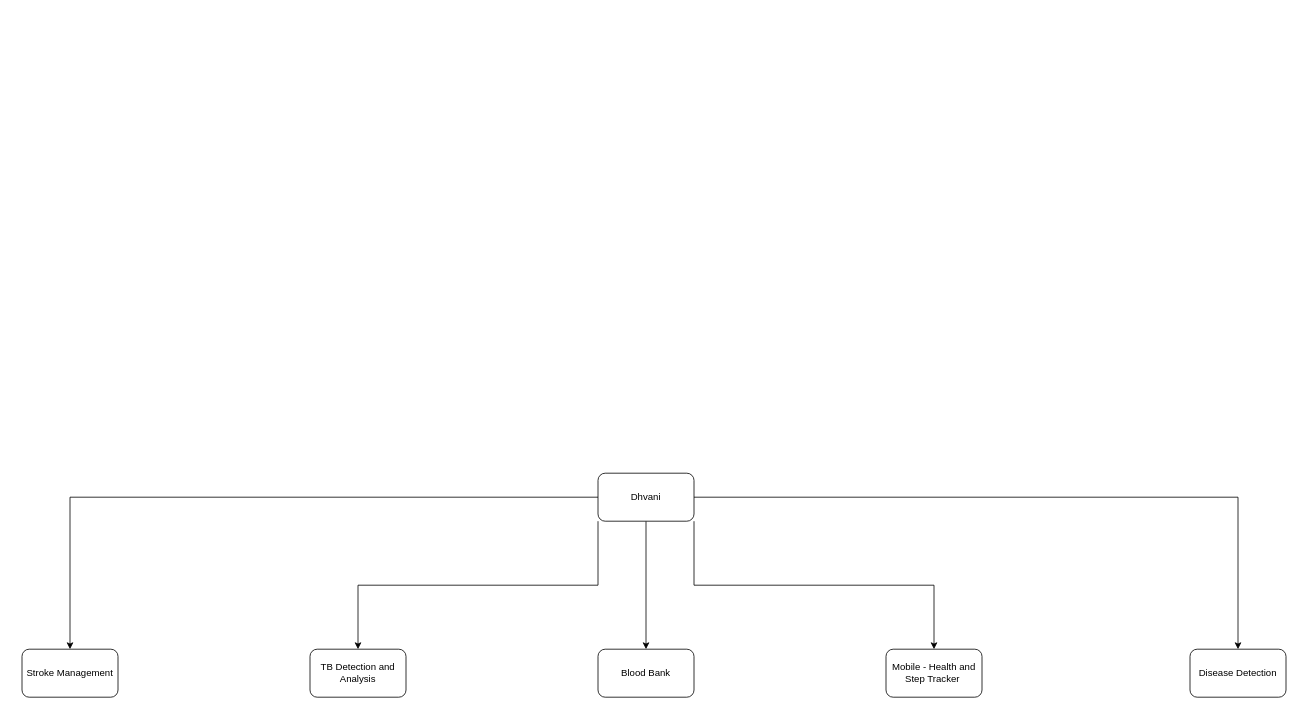
This is Dhavani.drawio from MishraShardendu22-CP/Draw.io-ShardenduMishra, a draw.io file, before an edit. Source tidied: cells renumbered, new cells numbered last; positions are measured from the earlier drawing's top-left corner, leaving out a move shared by most shapes. Both pictures are drawn from the tidied source at 80%, with x=0, y=0 at pixel (22, 473).
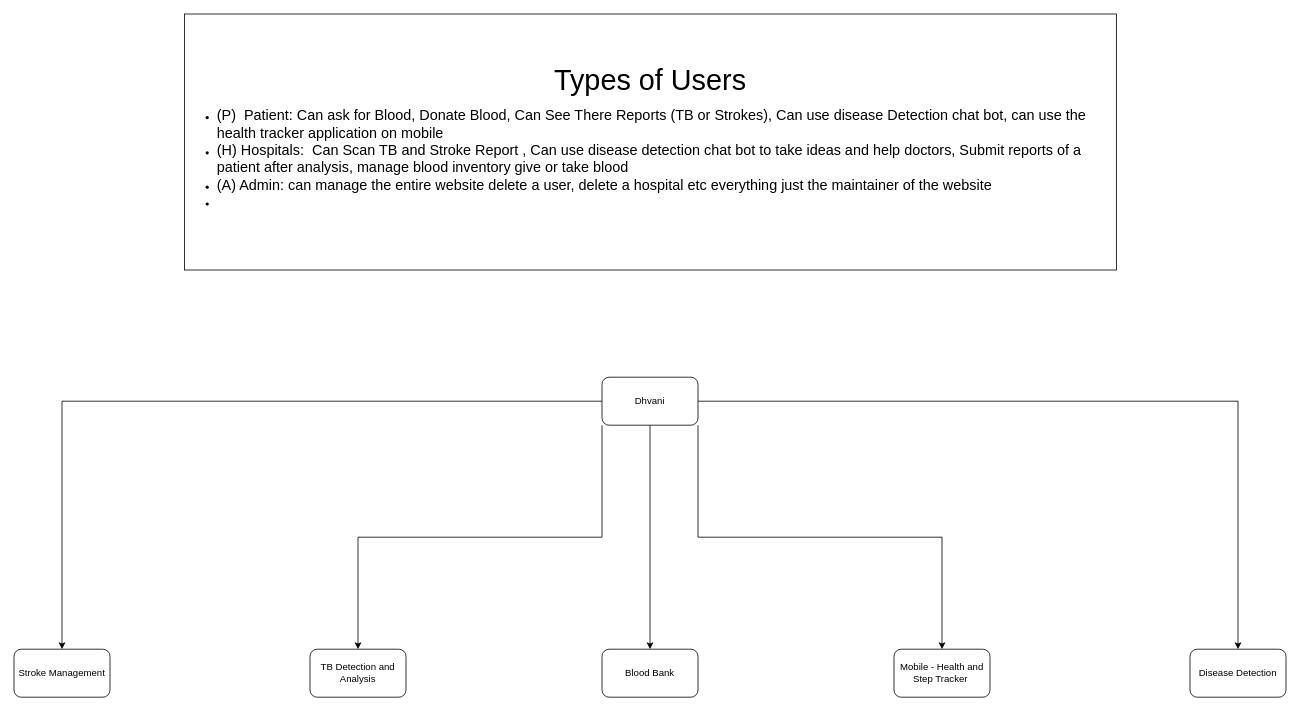
The same page after the edit.

Diff of the diagram source:
```diff
@@
 <mxGraphModel>
   <root>
     <mxCell id="0" />
     <mxCell id="1" parent="0" />
     <mxCell id="2" style="edgeStyle=orthogonalEdgeStyle;rounded=0;jettySize=auto;html=1;" parent="1" edge="1" source="7" target="8">
       <mxGeometry relative="1" as="geometry" />
     </mxCell>
     <mxCell id="3" style="edgeStyle=orthogonalEdgeStyle;rounded=0;jettySize=auto;html=1;" parent="1" edge="1" source="7" target="9">
       <mxGeometry relative="1" as="geometry" />
     </mxCell>
     <mxCell id="4" style="edgeStyle=orthogonalEdgeStyle;rounded=0;jettySize=auto;html=1;" parent="1" edge="1" source="7" target="10">
       <mxGeometry relative="1" as="geometry" />
     </mxCell>
     <mxCell id="5" style="edgeStyle=orthogonalEdgeStyle;rounded=0;jettySize=auto;html=1;exitX=0;exitY=1;exitDx=0;exitDy=0;" parent="1" edge="1" source="7" target="11">
       <mxGeometry relative="1" as="geometry" />
     </mxCell>
     <mxCell id="6" style="edgeStyle=orthogonalEdgeStyle;rounded=0;jettySize=auto;html=1;exitX=1;exitY=1;exitDx=0;exitDy=0;" parent="1" edge="1" source="7" target="12">
       <mxGeometry relative="1" as="geometry" />
     </mxCell>
     <mxCell id="7" value="Dhvani" style="rounded=1;whiteSpace=wrap;html=1;" parent="1" vertex="1">
-      <mxGeometry x="720" width="120" height="60" as="geometry" />
+      <mxGeometry x="725" y="-120" width="120" height="60" as="geometry" />
     </mxCell>
     <mxCell id="8" value="Blood Bank" style="whiteSpace=wrap;html=1;rounded=1;" parent="1" vertex="1">
-      <mxGeometry x="720" y="220" width="120" height="60" as="geometry" />
+      <mxGeometry x="725" y="220" width="120" height="60" as="geometry" />
     </mxCell>
     <mxCell id="9" value="Stroke Management" style="rounded=1;whiteSpace=wrap;html=1;" parent="1" vertex="1">
-      <mxGeometry y="220" width="120" height="60" as="geometry" />
+      <mxGeometry x="-10" y="220" width="120" height="60" as="geometry" />
     </mxCell>
     <mxCell id="10" value="Disease Detection" style="whiteSpace=wrap;html=1;rounded=1;" parent="1" vertex="1">
       <mxGeometry x="1460" y="220" width="120" height="60" as="geometry" />
     </mxCell>
     <mxCell id="11" value="TB Detection and Analysis" style="rounded=1;whiteSpace=wrap;html=1;" parent="1" vertex="1">
       <mxGeometry x="360" y="220" width="120" height="60" as="geometry" />
     </mxCell>
     <mxCell id="12" value="Mobile - Health and Step Tracker&amp;nbsp;" style="rounded=1;whiteSpace=wrap;html=1;" parent="1" vertex="1">
-      <mxGeometry x="1080" y="220" width="120" height="60" as="geometry" />
+      <mxGeometry x="1090" y="220" width="120" height="60" as="geometry" />
     </mxCell>
+    <mxCell id="13" value="&lt;font style=&quot;font-size: 36px;&quot;&gt;Types of Users&lt;/font&gt;&lt;div style=&quot;text-align: left;&quot;&gt;&lt;ul&gt;&lt;li&gt;&lt;span style=&quot;background-color: transparent; color: light-dark(rgb(0, 0, 0), rgb(255, 255, 255));&quot;&gt;&lt;font style=&quot;font-size: 18px;&quot;&gt;(P)&amp;nbsp; Patient: Can ask for Blood, Donate Blood, Can See There Reports (TB or Strokes), Can use disease Detection chat bot, can use the health tracker application on mobile&lt;/font&gt;&lt;/span&gt;&lt;/li&gt;&lt;li&gt;&lt;span style=&quot;background-color: transparent; color: light-dark(rgb(0, 0, 0), rgb(255, 255, 255));&quot;&gt;&lt;font style=&quot;font-size: 18px;&quot;&gt;(H) Hospitals:&amp;nbsp; Can Scan TB and Stroke Report , Can use disease detection chat bot to take ideas and help doctors, Submit reports of a patient after analysis, manage blood inventory give or take blood&amp;nbsp;&lt;/font&gt;&lt;/span&gt;&lt;/li&gt;&lt;li&gt;&lt;span style=&quot;background-color: transparent; color: light-dark(rgb(0, 0, 0), rgb(255, 255, 255));&quot;&gt;&lt;font style=&quot;font-size: 18px;&quot;&gt;(A) Admin: can manage the entire website delete a user, delete a hospital etc everything just the maintainer of the website&amp;nbsp;&lt;/font&gt;&lt;/span&gt;&lt;/li&gt;&lt;li&gt;&lt;span style=&quot;background-color: transparent; color: light-dark(rgb(0, 0, 0), rgb(255, 255, 255));&quot;&gt;&lt;font style=&quot;font-size: 18px;&quot;&gt;&lt;br&gt;&lt;/font&gt;&lt;/span&gt;&lt;/li&gt;&lt;/ul&gt;&lt;/div&gt;" style="rounded=0;whiteSpace=wrap;html=1;align=center;" parent="1" vertex="1">
+      <mxGeometry x="203" y="-574" width="1165" height="320" as="geometry" />
+    </mxCell>
   </root>
 </mxGraphModel>
```
